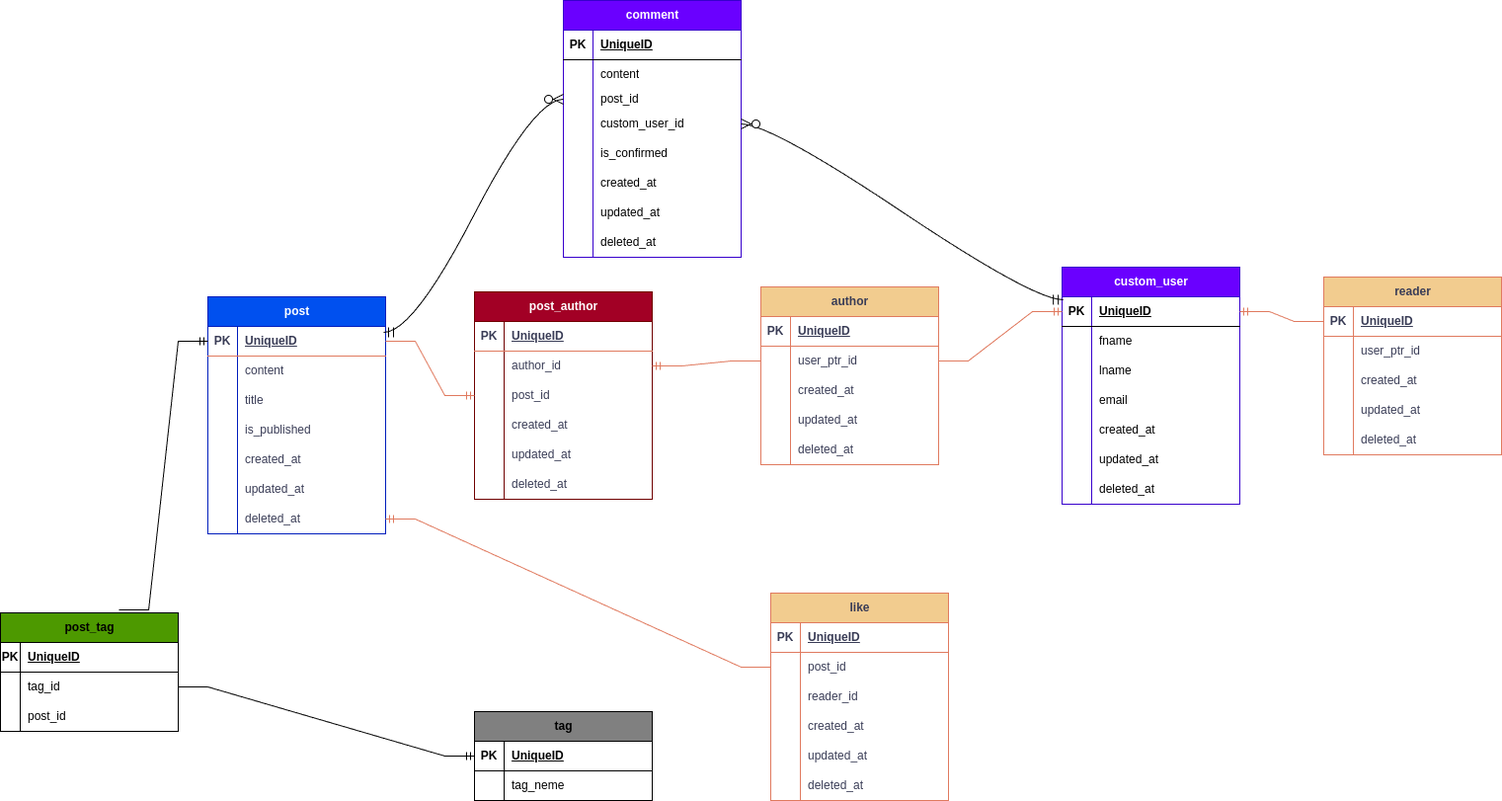
MohammadYeganeFar/Blog_App keeps this draw.io diagram as BlogApp_ERD.drawio.png. Above is the earlier version. Source tidied: cells renumbered, new cells last; positions are measured from the earlier drawing's top-left corner, leaving out a move shared by most shapes.
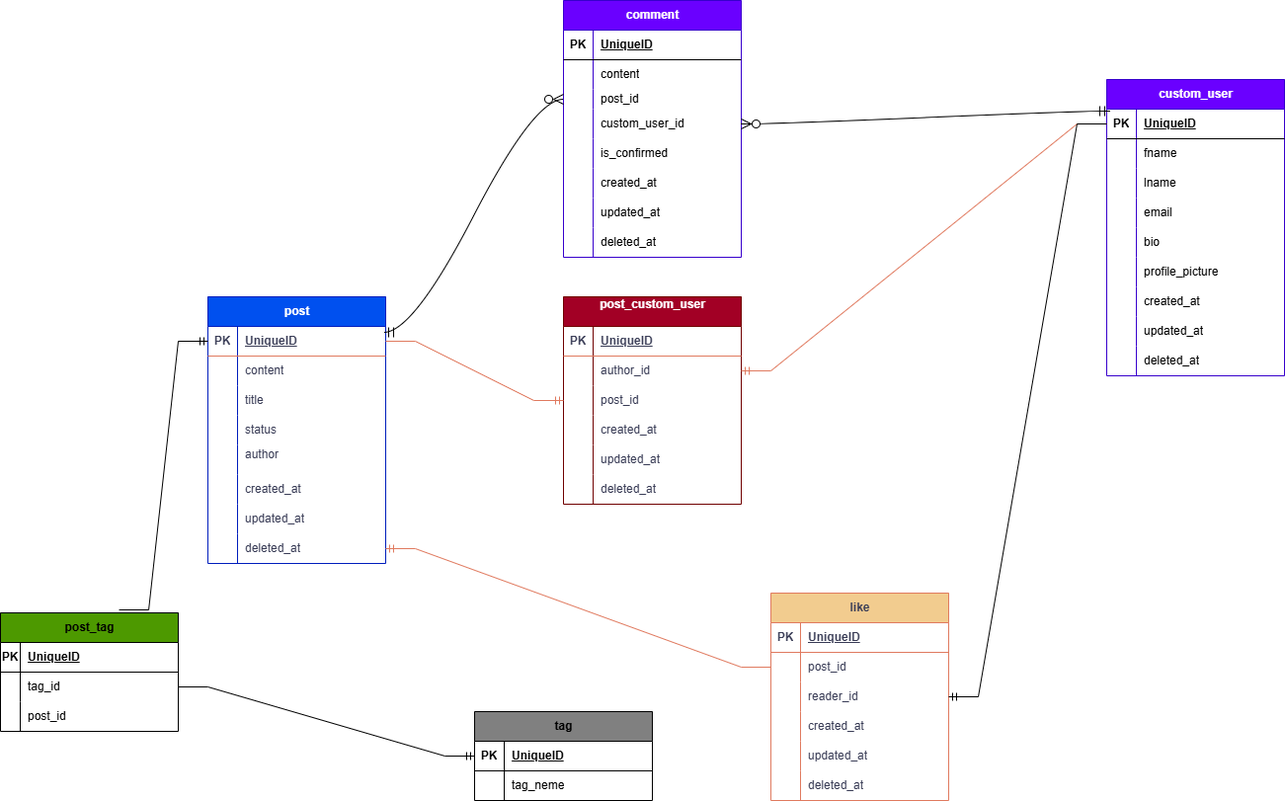
Later version of the same file.

Commit message:
remove reader and author tables and use custome_user instead and add bio, profile fields into it

The edit, as a diff of the source:
```diff
@@ -4,52 +4,4 @@
     <mxCell id="1" parent="0" />
-    <mxCell id="2" value="author" style="shape=table;startSize=30;rowLines=0;fontStyle=1;align=center;html=1;labelBackgroundColor=none;fillColor=#F2CC8F;strokeColor=#E07A5F;fontColor=#393C56;" parent="1" vertex="1">
-      <mxGeometry x="770" y="290" width="180" height="180" as="geometry" />
-    </mxCell>
-    <mxCell id="3" style="shape=tableRow;horizontal=0;startSize=0;swimlaneHead=0;swimlaneBody=0;fillColor=none;top=0;left=0;right=0;bottom=1;labelBackgroundColor=none;strokeColor=#E07A5F;fontColor=#393C56;" parent="2" vertex="1">
-      <mxGeometry y="30" width="180" height="30" as="geometry" />
-    </mxCell>
-    <mxCell id="4" value="PK" style="shape=partialRectangle;fillColor=none;top=0;left=0;bottom=0;right=0;fontStyle=1;overflow=hidden;whiteSpace=wrap;html=1;labelBackgroundColor=none;strokeColor=#E07A5F;fontColor=#393C56;" parent="3" vertex="1">
-      <mxGeometry width="30" height="30" as="geometry" />
-    </mxCell>
-    <mxCell id="5" value="UniqueID" style="shape=partialRectangle;fillColor=none;top=0;left=0;bottom=0;right=0;align=left;spacingLeft=6;fontStyle=5;overflow=hidden;whiteSpace=wrap;html=1;labelBackgroundColor=none;strokeColor=#E07A5F;fontColor=#393C56;" parent="3" vertex="1">
-      <mxGeometry x="30" width="150" height="30" as="geometry" />
-    </mxCell>
-    <mxCell id="6" style="shape=tableRow;horizontal=0;startSize=0;swimlaneHead=0;swimlaneBody=0;fillColor=none;points=[[0,0.5],[1,0.5]];portConstraint=eastwest;top=0;left=0;right=0;bottom=0;labelBackgroundColor=none;strokeColor=#E07A5F;fontColor=#393C56;" parent="2" vertex="1">
-      <mxGeometry y="60" width="180" height="30" as="geometry" />
-    </mxCell>
-    <mxCell id="7" style="shape=partialRectangle;fillColor=none;top=0;left=0;bottom=0;right=0;overflow=hidden;whiteSpace=wrap;html=1;labelBackgroundColor=none;strokeColor=#E07A5F;fontColor=#393C56;" parent="6" vertex="1">
-      <mxGeometry width="30" height="30" as="geometry" />
-    </mxCell>
-    <mxCell id="8" value="user_ptr_id" style="shape=partialRectangle;fillColor=none;top=0;left=0;bottom=0;right=0;align=left;spacingLeft=6;overflow=hidden;whiteSpace=wrap;html=1;labelBackgroundColor=none;strokeColor=#E07A5F;fontColor=#393C56;" parent="6" vertex="1">
-      <mxGeometry x="30" width="150" height="30" as="geometry" />
-    </mxCell>
-    <mxCell id="9" style="shape=tableRow;horizontal=0;startSize=0;swimlaneHead=0;swimlaneBody=0;fillColor=none;top=0;left=0;right=0;bottom=0;labelBackgroundColor=none;strokeColor=#E07A5F;fontColor=#393C56;" parent="2" vertex="1">
-      <mxGeometry y="90" width="180" height="30" as="geometry" />
-    </mxCell>
-    <mxCell id="10" style="shape=partialRectangle;fillColor=none;top=0;left=0;bottom=0;right=0;overflow=hidden;whiteSpace=wrap;html=1;labelBackgroundColor=none;strokeColor=#E07A5F;fontColor=#393C56;" parent="9" vertex="1">
-      <mxGeometry width="30" height="30" as="geometry" />
-    </mxCell>
-    <mxCell id="11" value="created_at" style="shape=partialRectangle;fillColor=none;top=0;left=0;bottom=0;right=0;align=left;spacingLeft=6;overflow=hidden;whiteSpace=wrap;html=1;labelBackgroundColor=none;strokeColor=#E07A5F;fontColor=#393C56;" parent="9" vertex="1">
-      <mxGeometry x="30" width="150" height="30" as="geometry" />
-    </mxCell>
-    <mxCell id="12" style="shape=tableRow;horizontal=0;startSize=0;swimlaneHead=0;swimlaneBody=0;fillColor=none;top=0;left=0;right=0;bottom=0;labelBackgroundColor=none;strokeColor=#E07A5F;fontColor=#393C56;" parent="2" vertex="1">
-      <mxGeometry y="120" width="180" height="30" as="geometry" />
-    </mxCell>
-    <mxCell id="13" style="shape=partialRectangle;fillColor=none;top=0;left=0;bottom=0;right=0;overflow=hidden;whiteSpace=wrap;html=1;labelBackgroundColor=none;strokeColor=#E07A5F;fontColor=#393C56;" parent="12" vertex="1">
-      <mxGeometry width="30" height="30" as="geometry" />
-    </mxCell>
-    <mxCell id="14" value="updated_at" style="shape=partialRectangle;fillColor=none;top=0;left=0;bottom=0;right=0;align=left;spacingLeft=6;overflow=hidden;whiteSpace=wrap;html=1;labelBackgroundColor=none;strokeColor=#E07A5F;fontColor=#393C56;" parent="12" vertex="1">
-      <mxGeometry x="30" width="150" height="30" as="geometry" />
-    </mxCell>
-    <mxCell id="15" style="shape=tableRow;horizontal=0;startSize=0;swimlaneHead=0;swimlaneBody=0;fillColor=none;top=0;left=0;right=0;bottom=0;labelBackgroundColor=none;strokeColor=#E07A5F;fontColor=#393C56;" parent="2" vertex="1">
-      <mxGeometry y="150" width="180" height="30" as="geometry" />
-    </mxCell>
-    <mxCell id="16" style="shape=partialRectangle;fillColor=none;top=0;left=0;bottom=0;right=0;overflow=hidden;whiteSpace=wrap;html=1;labelBackgroundColor=none;strokeColor=#E07A5F;fontColor=#393C56;" parent="15" vertex="1">
-      <mxGeometry width="30" height="30" as="geometry" />
-    </mxCell>
-    <mxCell id="17" value="deleted_at" style="shape=partialRectangle;fillColor=none;top=0;left=0;bottom=0;right=0;align=left;spacingLeft=6;overflow=hidden;whiteSpace=wrap;html=1;labelBackgroundColor=none;strokeColor=#E07A5F;fontColor=#393C56;" parent="15" vertex="1">
-      <mxGeometry x="30" width="150" height="30" as="geometry" />
-    </mxCell>
     <mxCell id="18" value="custom_user" style="shape=table;startSize=30;rowLines=0;fontStyle=1;align=center;html=1;fillColor=#6a00ff;fontColor=#ffffff;strokeColor=#3700CC;" parent="1" vertex="1">
-      <mxGeometry x="1075" y="270" width="180" height="240" as="geometry" />
+      <mxGeometry x="1120" y="80" width="180" height="300" as="geometry" />
     </mxCell>
@@ -91,4 +43,22 @@
     </mxCell>
+    <mxCell id="167" style="shape=tableRow;horizontal=0;startSize=0;swimlaneHead=0;swimlaneBody=0;fillColor=none;top=0;left=0;right=0;bottom=0;" parent="18" vertex="1">
+      <mxGeometry y="150" width="180" height="30" as="geometry" />
+    </mxCell>
+    <mxCell id="168" style="shape=partialRectangle;fillColor=none;top=0;left=0;bottom=0;right=0;overflow=hidden;whiteSpace=wrap;html=1;" parent="167" vertex="1">
+      <mxGeometry width="30" height="30" as="geometry" />
+    </mxCell>
+    <mxCell id="169" value="bio" style="shape=partialRectangle;fillColor=none;top=0;left=0;bottom=0;right=0;align=left;spacingLeft=6;overflow=hidden;whiteSpace=wrap;html=1;" parent="167" vertex="1">
+      <mxGeometry x="30" width="150" height="30" as="geometry" />
+    </mxCell>
+    <mxCell id="170" style="shape=tableRow;horizontal=0;startSize=0;swimlaneHead=0;swimlaneBody=0;fillColor=none;top=0;left=0;right=0;bottom=0;" parent="18" vertex="1">
+      <mxGeometry y="180" width="180" height="30" as="geometry" />
+    </mxCell>
+    <mxCell id="171" style="shape=partialRectangle;fillColor=none;top=0;left=0;bottom=0;right=0;overflow=hidden;whiteSpace=wrap;html=1;" parent="170" vertex="1">
+      <mxGeometry width="30" height="30" as="geometry" />
+    </mxCell>
+    <mxCell id="172" value="profile_picture" style="shape=partialRectangle;fillColor=none;top=0;left=0;bottom=0;right=0;align=left;spacingLeft=6;overflow=hidden;whiteSpace=wrap;html=1;" parent="170" vertex="1">
+      <mxGeometry x="30" width="150" height="30" as="geometry" />
+    </mxCell>
     <mxCell id="31" style="shape=tableRow;horizontal=0;startSize=0;swimlaneHead=0;swimlaneBody=0;fillColor=none;top=0;left=0;right=0;bottom=0;" parent="18" vertex="1">
-      <mxGeometry y="150" width="180" height="30" as="geometry" />
+      <mxGeometry y="210" width="180" height="30" as="geometry" />
     </mxCell>
@@ -101,3 +71,3 @@
     <mxCell id="34" style="shape=tableRow;horizontal=0;startSize=0;swimlaneHead=0;swimlaneBody=0;fillColor=none;top=0;left=0;right=0;bottom=0;" parent="18" vertex="1">
-      <mxGeometry y="180" width="180" height="30" as="geometry" />
+      <mxGeometry y="240" width="180" height="30" as="geometry" />
     </mxCell>
@@ -110,3 +80,3 @@
     <mxCell id="37" style="shape=tableRow;horizontal=0;startSize=0;swimlaneHead=0;swimlaneBody=0;fillColor=none;top=0;left=0;right=0;bottom=0;" parent="18" vertex="1">
-      <mxGeometry y="210" width="180" height="30" as="geometry" />
+      <mxGeometry y="270" width="180" height="30" as="geometry" />
     </mxCell>
@@ -118,7 +88,4 @@
     </mxCell>
-    <mxCell id="40" style="edgeStyle=entityRelationEdgeStyle;fontSize=12;html=1;endArrow=ERmandOne;rounded=0;strokeColor=#E07A5F;fontColor=#393C56;fillColor=#F2CC8F;entryX=0;entryY=0.5;entryDx=0;entryDy=0;" parent="1" edge="1" source="6" target="19">
-      <mxGeometry relative="1" as="geometry" />
-    </mxCell>
     <mxCell id="41" value="post" style="shape=table;startSize=30;rowLines=0;fontStyle=1;align=center;html=1;strokeColor=#001DBC;fontColor=#ffffff;fillColor=#0050ef;" parent="1" vertex="1">
-      <mxGeometry x="210" y="300" width="180" height="240" as="geometry" />
+      <mxGeometry x="210" y="300" width="180" height="270" as="geometry" />
     </mxCell>
@@ -157,7 +124,16 @@
     </mxCell>
-    <mxCell id="53" value="is_published" style="shape=partialRectangle;fillColor=none;top=0;left=0;bottom=0;right=0;align=left;spacingLeft=6;overflow=hidden;whiteSpace=wrap;html=1;strokeColor=#E07A5F;fontColor=#393C56;" parent="51" vertex="1">
+    <mxCell id="53" value="status" style="shape=partialRectangle;fillColor=none;top=0;left=0;bottom=0;right=0;align=left;spacingLeft=6;overflow=hidden;whiteSpace=wrap;html=1;strokeColor=#E07A5F;fontColor=#393C56;" parent="51" vertex="1">
       <mxGeometry x="30" width="150" height="30" as="geometry" />
     </mxCell>
+    <mxCell id="97" style="shape=tableRow;horizontal=0;startSize=0;swimlaneHead=0;swimlaneBody=0;fillColor=none;top=0;left=0;right=0;bottom=0;strokeColor=#E07A5F;fontColor=#393C56;" parent="41" vertex="1">
+      <mxGeometry y="150" width="180" height="30" as="geometry" />
+    </mxCell>
+    <mxCell id="173" style="shape=partialRectangle;fillColor=none;top=0;left=0;bottom=0;right=0;overflow=hidden;whiteSpace=wrap;html=1;strokeColor=#E07A5F;fontColor=#393C56;" parent="97" vertex="1">
+      <mxGeometry width="30" height="30" as="geometry" />
+    </mxCell>
+    <mxCell id="2" value="author&lt;div&gt;&lt;br&gt;&lt;/div&gt;" style="shape=partialRectangle;fillColor=none;top=0;left=0;bottom=0;right=0;align=left;spacingLeft=6;overflow=hidden;whiteSpace=wrap;html=1;strokeColor=#E07A5F;fontColor=#393C56;" parent="97" vertex="1">
+      <mxGeometry x="30" width="150" height="30" as="geometry" />
+    </mxCell>
     <mxCell id="54" style="shape=tableRow;horizontal=0;startSize=0;swimlaneHead=0;swimlaneBody=0;fillColor=none;top=0;left=0;right=0;bottom=0;strokeColor=#E07A5F;fontColor=#393C56;" parent="41" vertex="1">
-      <mxGeometry y="150" width="180" height="30" as="geometry" />
+      <mxGeometry y="180" width="180" height="30" as="geometry" />
     </mxCell>
@@ -170,3 +146,3 @@
     <mxCell id="57" style="shape=tableRow;horizontal=0;startSize=0;swimlaneHead=0;swimlaneBody=0;fillColor=none;top=0;left=0;right=0;bottom=0;strokeColor=#E07A5F;fontColor=#393C56;" parent="41" vertex="1">
-      <mxGeometry y="180" width="180" height="30" as="geometry" />
+      <mxGeometry y="210" width="180" height="30" as="geometry" />
     </mxCell>
@@ -179,3 +155,3 @@
     <mxCell id="60" style="shape=tableRow;horizontal=0;startSize=0;swimlaneHead=0;swimlaneBody=0;fillColor=none;points=[[0,0.5],[1,0.5]];portConstraint=eastwest;top=0;left=0;right=0;bottom=0;strokeColor=#E07A5F;fontColor=#393C56;" parent="41" vertex="1">
-      <mxGeometry y="210" width="180" height="30" as="geometry" />
+      <mxGeometry y="240" width="180" height="30" as="geometry" />
     </mxCell>
@@ -187,4 +163,4 @@
     </mxCell>
-    <mxCell id="63" value="post_author" style="shape=table;startSize=30;rowLines=0;fontStyle=1;align=center;html=1;strokeColor=#6F0000;fontColor=#ffffff;fillColor=#a20025;" parent="1" vertex="1">
-      <mxGeometry x="480" y="295" width="180" height="210" as="geometry" />
+    <mxCell id="63" value="post_custom_user&lt;div&gt;&lt;br&gt;&lt;/div&gt;" style="shape=table;startSize=30;rowLines=0;fontStyle=1;align=center;html=1;strokeColor=#6F0000;fontColor=#ffffff;fillColor=#a20025;" parent="1" vertex="1">
+      <mxGeometry x="570" y="300" width="180" height="210" as="geometry" />
     </mxCell>
@@ -247,53 +223,5 @@
     </mxCell>
-    <mxCell id="83" style="edgeStyle=entityRelationEdgeStyle;fontSize=12;html=1;endArrow=ERmandOne;rounded=0;strokeColor=#E07A5F;fontColor=#393C56;fillColor=#F2CC8F;exitX=0;exitY=0.5;exitDx=0;exitDy=0;entryX=1;entryY=0.5;entryDx=0;entryDy=0;" parent="1" edge="1" source="6" target="67">
+    <mxCell id="83" style="edgeStyle=entityRelationEdgeStyle;fontSize=12;html=1;endArrow=ERmandOne;rounded=0;strokeColor=#E07A5F;fontColor=#393C56;fillColor=#F2CC8F;exitX=0;exitY=0.5;exitDx=0;exitDy=0;entryX=1;entryY=0.5;entryDx=0;entryDy=0;" parent="1" edge="1" source="19" target="67">
       <mxGeometry relative="1" as="geometry" />
     </mxCell>
-    <mxCell id="84" value="reader" style="shape=table;startSize=30;rowLines=0;fontStyle=1;align=center;html=1;strokeColor=#E07A5F;fontColor=#393C56;fillColor=#F2CC8F;" parent="1" vertex="1">
-      <mxGeometry x="1340" y="280" width="180" height="180" as="geometry" />
-    </mxCell>
-    <mxCell id="85" style="shape=tableRow;horizontal=0;startSize=0;swimlaneHead=0;swimlaneBody=0;fillColor=none;points=[[0,0.5],[1,0.5]];portConstraint=eastwest;top=0;left=0;right=0;bottom=1;strokeColor=#E07A5F;fontColor=#393C56;" parent="84" vertex="1">
-      <mxGeometry y="30" width="180" height="30" as="geometry" />
-    </mxCell>
-    <mxCell id="86" value="PK" style="shape=partialRectangle;fillColor=none;top=0;left=0;bottom=0;right=0;fontStyle=1;overflow=hidden;whiteSpace=wrap;html=1;strokeColor=#E07A5F;fontColor=#393C56;" parent="85" vertex="1">
-      <mxGeometry width="30" height="30" as="geometry" />
-    </mxCell>
-    <mxCell id="87" value="UniqueID" style="shape=partialRectangle;fillColor=none;top=0;left=0;bottom=0;right=0;align=left;spacingLeft=6;fontStyle=5;overflow=hidden;whiteSpace=wrap;html=1;strokeColor=#E07A5F;fontColor=#393C56;" parent="85" vertex="1">
-      <mxGeometry x="30" width="150" height="30" as="geometry" />
-    </mxCell>
-    <mxCell id="88" style="shape=tableRow;horizontal=0;startSize=0;swimlaneHead=0;swimlaneBody=0;fillColor=none;top=0;left=0;right=0;bottom=0;strokeColor=#E07A5F;fontColor=#393C56;" parent="84" vertex="1">
-      <mxGeometry y="60" width="180" height="30" as="geometry" />
-    </mxCell>
-    <mxCell id="89" style="shape=partialRectangle;fillColor=none;top=0;left=0;bottom=0;right=0;overflow=hidden;whiteSpace=wrap;html=1;strokeColor=#E07A5F;fontColor=#393C56;" parent="88" vertex="1">
-      <mxGeometry width="30" height="30" as="geometry" />
-    </mxCell>
-    <mxCell id="90" value="user_ptr_id" style="shape=partialRectangle;fillColor=none;top=0;left=0;bottom=0;right=0;align=left;spacingLeft=6;overflow=hidden;whiteSpace=wrap;html=1;strokeColor=#E07A5F;fontColor=#393C56;" parent="88" vertex="1">
-      <mxGeometry x="30" width="150" height="30" as="geometry" />
-    </mxCell>
-    <mxCell id="91" style="shape=tableRow;horizontal=0;startSize=0;swimlaneHead=0;swimlaneBody=0;fillColor=none;top=0;left=0;right=0;bottom=0;strokeColor=#E07A5F;fontColor=#393C56;" parent="84" vertex="1">
-      <mxGeometry y="90" width="180" height="30" as="geometry" />
-    </mxCell>
-    <mxCell id="92" style="shape=partialRectangle;fillColor=none;top=0;left=0;bottom=0;right=0;overflow=hidden;whiteSpace=wrap;html=1;strokeColor=#E07A5F;fontColor=#393C56;" parent="91" vertex="1">
-      <mxGeometry width="30" height="30" as="geometry" />
-    </mxCell>
-    <mxCell id="93" value="created_at" style="shape=partialRectangle;fillColor=none;top=0;left=0;bottom=0;right=0;align=left;spacingLeft=6;overflow=hidden;whiteSpace=wrap;html=1;strokeColor=#E07A5F;fontColor=#393C56;" parent="91" vertex="1">
-      <mxGeometry x="30" width="150" height="30" as="geometry" />
-    </mxCell>
-    <mxCell id="94" style="shape=tableRow;horizontal=0;startSize=0;swimlaneHead=0;swimlaneBody=0;fillColor=none;top=0;left=0;right=0;bottom=0;strokeColor=#E07A5F;fontColor=#393C56;" parent="84" vertex="1">
-      <mxGeometry y="120" width="180" height="30" as="geometry" />
-    </mxCell>
-    <mxCell id="95" style="shape=partialRectangle;fillColor=none;top=0;left=0;bottom=0;right=0;overflow=hidden;whiteSpace=wrap;html=1;strokeColor=#E07A5F;fontColor=#393C56;" parent="94" vertex="1">
-      <mxGeometry width="30" height="30" as="geometry" />
-    </mxCell>
-    <mxCell id="96" value="updated_at" style="shape=partialRectangle;fillColor=none;top=0;left=0;bottom=0;right=0;align=left;spacingLeft=6;overflow=hidden;whiteSpace=wrap;html=1;strokeColor=#E07A5F;fontColor=#393C56;" parent="94" vertex="1">
-      <mxGeometry x="30" width="150" height="30" as="geometry" />
-    </mxCell>
-    <mxCell id="97" style="shape=tableRow;horizontal=0;startSize=0;swimlaneHead=0;swimlaneBody=0;fillColor=none;top=0;left=0;right=0;bottom=0;strokeColor=#E07A5F;fontColor=#393C56;" parent="84" vertex="1">
-      <mxGeometry y="150" width="180" height="30" as="geometry" />
-    </mxCell>
-    <mxCell id="98" style="shape=partialRectangle;fillColor=none;top=0;left=0;bottom=0;right=0;overflow=hidden;whiteSpace=wrap;html=1;strokeColor=#E07A5F;fontColor=#393C56;" parent="97" vertex="1">
-      <mxGeometry width="30" height="30" as="geometry" />
-    </mxCell>
-    <mxCell id="99" value="deleted_at" style="shape=partialRectangle;fillColor=none;top=0;left=0;bottom=0;right=0;align=left;spacingLeft=6;overflow=hidden;whiteSpace=wrap;html=1;strokeColor=#E07A5F;fontColor=#393C56;" parent="97" vertex="1">
-      <mxGeometry x="30" width="150" height="30" as="geometry" />
-    </mxCell>
     <mxCell id="100" value="like" style="shape=table;startSize=30;rowLines=0;fontStyle=1;align=center;html=1;strokeColor=#E07A5F;fontColor=#393C56;fillColor=#F2CC8F;" parent="1" vertex="1">
@@ -355,5 +283,2 @@
     </mxCell>
-    <mxCell id="119" style="edgeStyle=entityRelationEdgeStyle;fontSize=12;html=1;endArrow=ERmandOne;rounded=0;strokeColor=#E07A5F;fontColor=#393C56;fillColor=#F2CC8F;entryX=1;entryY=0.5;entryDx=0;entryDy=0;exitX=0;exitY=0.5;exitDx=0;exitDy=0;" parent="1" edge="1" source="85" target="19">
-      <mxGeometry relative="1" as="geometry" />
-    </mxCell>
     <mxCell id="120" style="edgeStyle=entityRelationEdgeStyle;fontSize=12;html=1;endArrow=ERmandOne;rounded=0;strokeColor=#E07A5F;fontColor=#393C56;fillColor=#F2CC8F;exitX=0;exitY=0.5;exitDx=0;exitDy=0;entryX=1;entryY=0.5;entryDx=0;entryDy=0;" parent="1" edge="1" source="104" target="60">
@@ -507,4 +432,8 @@
     </mxCell>
-    <mxCell id="165" style="edgeStyle=entityRelationEdgeStyle;fontSize=12;html=1;endArrow=ERzeroToMany;startArrow=ERmandOne;rounded=0;startSize=8;endSize=8;curved=1;exitX=0.006;exitY=0.1;exitDx=0;exitDy=0;exitPerimeter=0;" parent="1" edge="1" source="19" target="150">
-      <mxGeometry relative="1" as="geometry" />
+    <mxCell id="165" style="edgeStyle=entityRelationEdgeStyle;fontSize=12;html=1;endArrow=ERzeroToMany;startArrow=ERmandOne;rounded=0;startSize=8;endSize=8;curved=1;exitX=0.017;exitY=0.067;exitDx=0;exitDy=0;exitPerimeter=0;" parent="1" edge="1" source="19" target="150">
+      <mxGeometry relative="1" as="geometry">
+        <Array as="points">
+          <mxPoint x="1120" y="140" />
+        </Array>
+      </mxGeometry>
     </mxCell>
@@ -513,2 +442,12 @@
     </mxCell>
+    <mxCell id="174" style="edgeStyle=entityRelationEdgeStyle;fontSize=12;html=1;endArrow=ERmandOne;rounded=0;entryX=1;entryY=0.5;entryDx=0;entryDy=0;" parent="1" edge="1" source="19" target="107">
+      <mxGeometry relative="1" as="geometry">
+        <Array as="points">
+          <mxPoint x="815" y="550" />
+          <mxPoint x="1225" y="610" />
+          <mxPoint x="845" y="500" />
+          <mxPoint x="865" y="470" />
+        </Array>
+      </mxGeometry>
+    </mxCell>
   </root>
```
